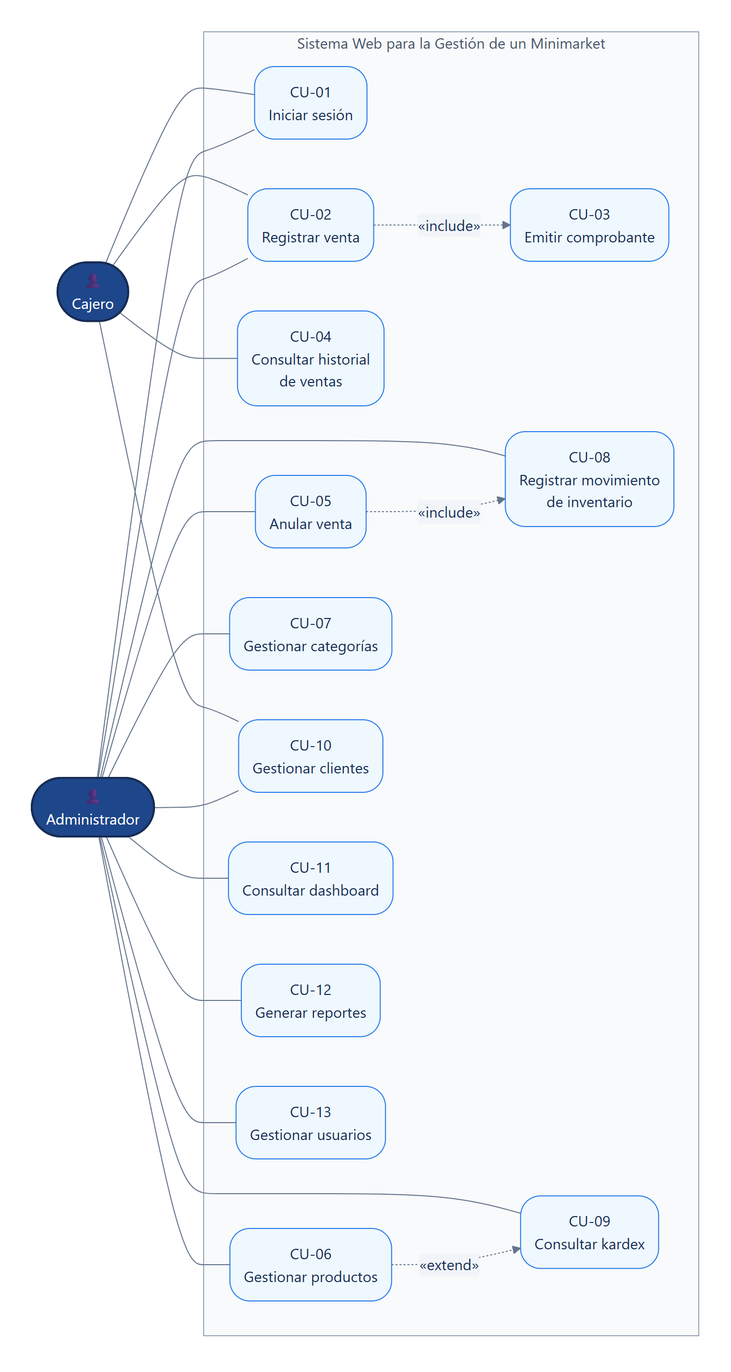
The Mermaid diagram docs/diagramas/01_casos_de_uso.png in ANDREGR2026/minimarket-el-ahorro, before a commit. Its source is kept beside it as docs/diagramas/01_casos_de_uso.mmd. Its diagram source:
```mermaid
flowchart LR
    classDef actor fill:#1e468a,stroke:#172c54,color:#ffffff,stroke-width:2px
    classDef caso fill:#eff8ff,stroke:#257aeb,color:#172c54,rx:20,ry:20
    classDef sistema fill:#f8fafc,stroke:#94a3b8,color:#475569

    ADMIN(["👤<br/>Administrador"]):::actor
    CAJERO(["👤<br/>Cajero"]):::actor

    subgraph SISTEMA["Sistema Web para la Gestión de un Minimarket"]
        direction TB

        CU01("CU-01<br/>Iniciar sesión"):::caso
        CU02("CU-02<br/>Registrar venta"):::caso
        CU03("CU-03<br/>Emitir comprobante"):::caso
        CU04("CU-04<br/>Consultar historial<br/>de ventas"):::caso
        CU05("CU-05<br/>Anular venta"):::caso
        CU06("CU-06<br/>Gestionar productos"):::caso
        CU07("CU-07<br/>Gestionar categorías"):::caso
        CU08("CU-08<br/>Registrar movimiento<br/>de inventario"):::caso
        CU09("CU-09<br/>Consultar kardex"):::caso
        CU10("CU-10<br/>Gestionar clientes"):::caso
        CU11("CU-11<br/>Consultar dashboard"):::caso
        CU12("CU-12<br/>Generar reportes"):::caso
        CU13("CU-13<br/>Gestionar usuarios"):::caso
    end

    class SISTEMA sistema

    CAJERO --- CU01
    CAJERO --- CU02
    CAJERO --- CU04
    CAJERO --- CU10

    ADMIN --- CU01
    ADMIN --- CU02
    ADMIN --- CU05
    ADMIN --- CU06
    ADMIN --- CU07
    ADMIN --- CU08
    ADMIN --- CU09
    ADMIN --- CU10
    ADMIN --- CU11
    ADMIN --- CU12
    ADMIN --- CU13

    CU02 -.->|"&laquo;include&raquo;"| CU03
    CU05 -.->|"&laquo;include&raquo;"| CU08
    CU06 -.->|"&laquo;extend&raquo;"| CU09
```
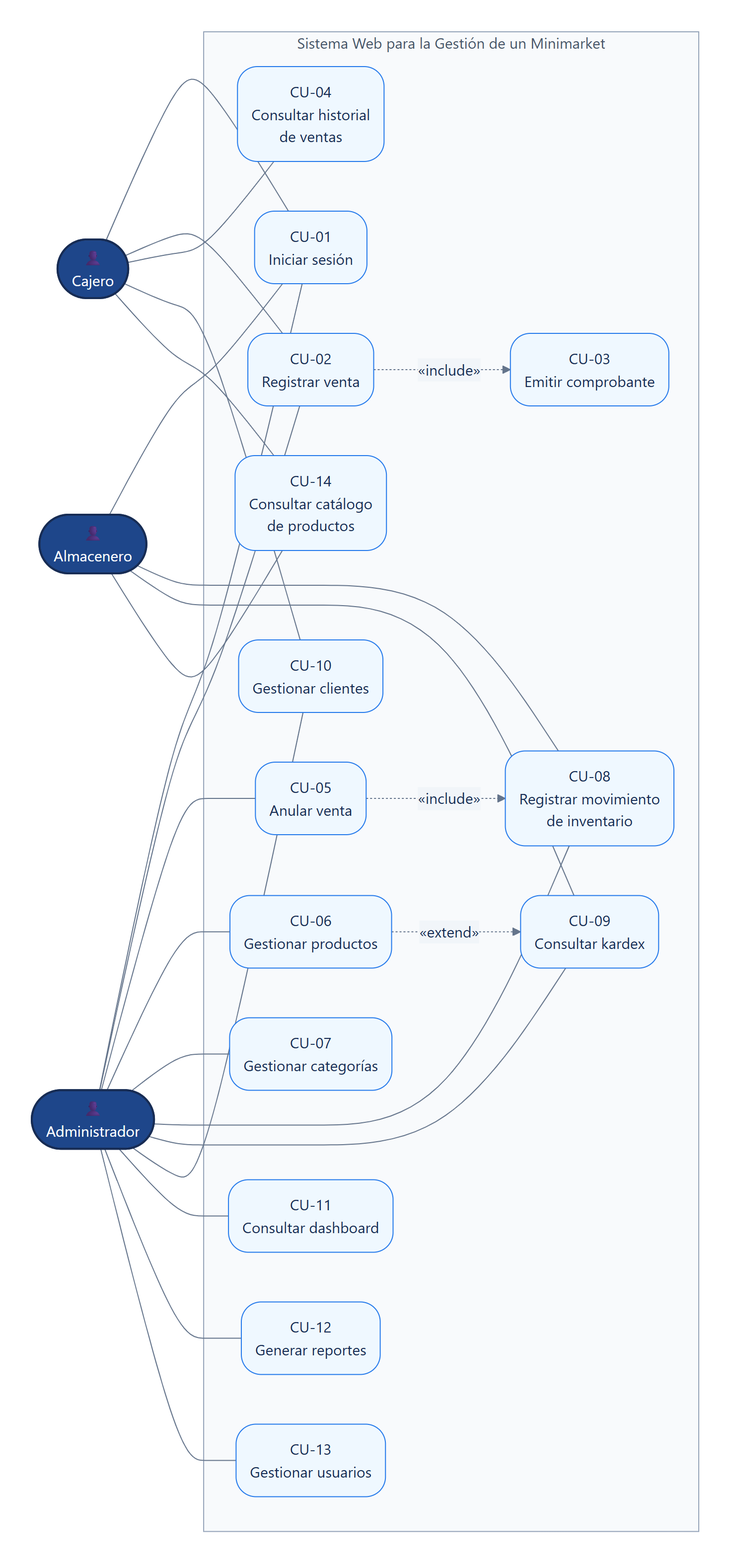
After the commit.

The edit, as a diff of the source:
```diff
@@ -5,6 +5,7 @@
 
     ADMIN(["👤<br/>Administrador"]):::actor
     CAJERO(["👤<br/>Cajero"]):::actor
+    ALMACENERO(["👤<br/>Almacenero"]):::actor
 
     subgraph SISTEMA["Sistema Web para la Gestión de un Minimarket"]
         direction TB
@@ -22,6 +23,7 @@
         CU11("CU-11<br/>Consultar dashboard"):::caso
         CU12("CU-12<br/>Generar reportes"):::caso
         CU13("CU-13<br/>Gestionar usuarios"):::caso
+        CU14("CU-14<br/>Consultar catálogo<br/>de productos"):::caso
     end
 
     class SISTEMA sistema
@@ -30,6 +32,7 @@
     CAJERO --- CU02
     CAJERO --- CU04
     CAJERO --- CU10
+    CAJERO --- CU14
 
     ADMIN --- CU01
     ADMIN --- CU02
@@ -43,6 +46,11 @@
     ADMIN --- CU12
     ADMIN --- CU13
 
+    ALMACENERO --- CU01
+    ALMACENERO --- CU08
+    ALMACENERO --- CU09
+    ALMACENERO --- CU14
+
     CU02 -.->|"&laquo;include&raquo;"| CU03
     CU05 -.->|"&laquo;include&raquo;"| CU08
     CU06 -.->|"&laquo;extend&raquo;"| CU09
```
